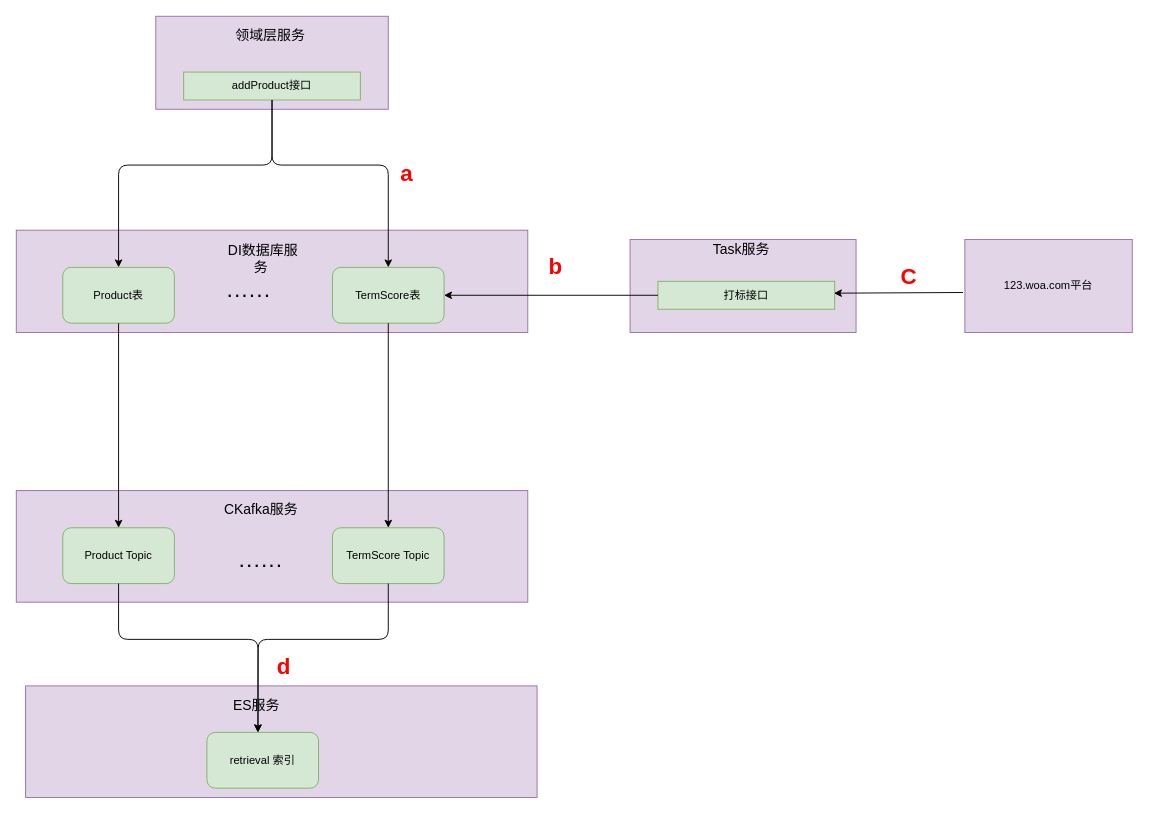
Before: 中央商品库打表数据同步.drawio in weizheng1990s/Diagram, a draw.io diagram. Source tidied: cells renumbered, new cells numbered last; positions are measured from the earlier drawing's top-left corner, leaving out a move shared by most shapes. Both pictures are drawn from the tidied source at 93%, with x=0, y=0 at pixel (16, 16).
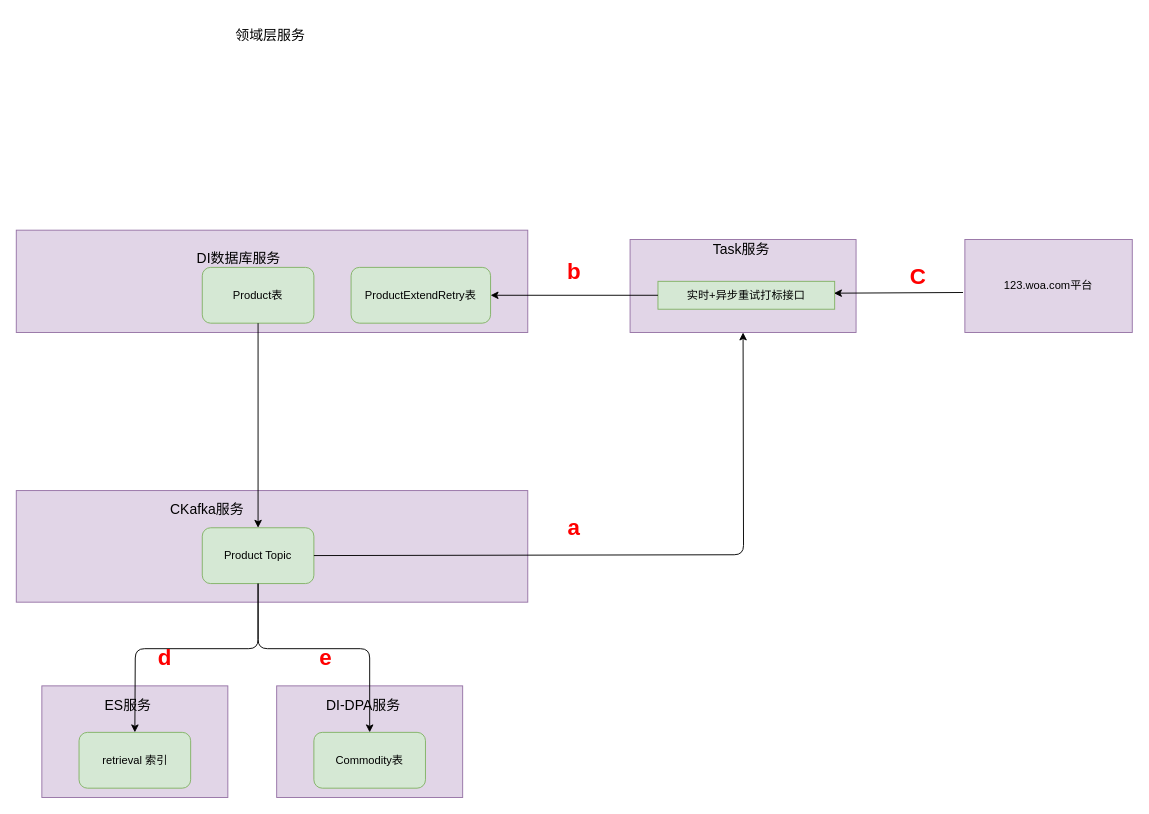
The same diagram, later.

Commit message:
Update 中央商品库打表数据同步.drawio

The change refers to these unchanged cells:
```xml
<mxCell id="11" style="rounded=0;whiteSpace=wrap;html=1;fillColor=#e1d5e7;strokeColor=#9673a6;" parent="1" vertex="1">
  <mxGeometry x="660" y="240" width="243" height="100" as="geometry" />
</mxCell>
```

What changed in the source:
```diff
@@
-    <mxCell id="2" style="rounded=0;whiteSpace=wrap;html=1;fillColor=#e1d5e7;strokeColor=#9673a6;" parent="1" vertex="1">
-      <mxGeometry x="150" width="250" height="100" as="geometry" />
-    </mxCell>
@@
     <mxCell id="4" value="Product表" style="rounded=1;whiteSpace=wrap;html=1;fillColor=#d5e8d4;strokeColor=#82b366;" parent="1" vertex="1">
-      <mxGeometry x="50" y="270" width="120" height="60" as="geometry" />
+      <mxGeometry x="200" y="270" width="120" height="60" as="geometry" />
     </mxCell>
-    <mxCell id="5" value="TermScore表" style="rounded=1;whiteSpace=wrap;html=1;fillColor=#d5e8d4;strokeColor=#82b366;" parent="1" vertex="1">
-      <mxGeometry x="340" y="270" width="120" height="60" as="geometry" />
+    <mxCell id="5" value="ProductExtendRetry表" style="rounded=1;whiteSpace=wrap;html=1;fillColor=#d5e8d4;strokeColor=#82b366;" parent="1" vertex="1">
+      <mxGeometry x="360" y="270" width="150" height="60" as="geometry" />
     </mxCell>
-    <mxCell id="6" value="addProduct接口" style="rounded=0;whiteSpace=wrap;html=1;fillColor=#d5e8d4;strokeColor=#82b366;" parent="1" vertex="1">
-      <mxGeometry x="180" y="60" width="190" height="30" as="geometry" />
-    </mxCell>
-    <mxCell id="7" style="endArrow=classic;html=1;exitX=0.5;exitY=1;exitDx=0;exitDy=0;" parent="1" edge="1" source="6" target="4">
-      <mxGeometry relative="1" as="geometry">
-        <Array as="points">
-          <mxPoint x="275" y="160" />
-          <mxPoint x="110" y="160" />
-        </Array>
-      </mxGeometry>
-    </mxCell>
-    <mxCell id="8" style="endArrow=classic;html=1;entryX=0.5;entryY=0;entryDx=0;entryDy=0;exitX=0.5;exitY=1;exitDx=0;exitDy=0;" parent="1" edge="1" source="6" target="5">
-      <mxGeometry relative="1" as="geometry">
-        <Array as="points">
-          <mxPoint x="275" y="160" />
-          <mxPoint x="400" y="160" />
-        </Array>
-      </mxGeometry>
-    </mxCell>
     <mxCell id="9" value="&lt;font style=&quot;font-size: 24px&quot;&gt;a&lt;/font&gt;" style="text;html=1;strokeColor=none;fillColor=none;align=center;verticalAlign=middle;whiteSpace=wrap;rounded=0;fontStyle=1;fontColor=#FF0000;" parent="1" vertex="1">
-      <mxGeometry x="400" y="160" width="40" height="20" as="geometry" />
+      <mxGeometry x="580" y="540" width="40" height="20" as="geometry" />
     </mxCell>
@@
     <mxCell id="12" value="DI数据库服务&amp;nbsp;" style="text;html=1;strokeColor=none;fillColor=none;align=center;verticalAlign=middle;whiteSpace=wrap;rounded=0;fontSize=15;" parent="1" vertex="1">
-      <mxGeometry x="217.5" y="250" width="95" height="20" as="geometry" />
+      <mxGeometry x="170" y="250" width="142.5" height="20" as="geometry" />
     </mxCell>
@@
-    <mxCell id="14" value="&lt;font style=&quot;font-size: 24px&quot;&gt;······&lt;/font&gt;" style="text;html=1;strokeColor=none;fillColor=none;align=center;verticalAlign=middle;whiteSpace=wrap;rounded=0;" parent="1" vertex="1">
-      <mxGeometry x="200" y="290" width="100" height="20" as="geometry" />
-    </mxCell>
-    <mxCell id="15" value="打标接口" style="rounded=0;whiteSpace=wrap;html=1;fillColor=#d5e8d4;strokeColor=#82b366;" parent="1" vertex="1">
+    <mxCell id="15" value="实时+异步重试打标接口" style="rounded=0;whiteSpace=wrap;html=1;fillColor=#d5e8d4;strokeColor=#82b366;" parent="1" vertex="1">
       <mxGeometry x="690" y="285" width="190" height="30" as="geometry" />
     </mxCell>
@@
     <mxCell id="18" value="&lt;font size=&quot;5&quot;&gt;b&lt;/font&gt;" style="text;html=1;strokeColor=none;fillColor=none;align=center;verticalAlign=middle;whiteSpace=wrap;rounded=0;fontStyle=1;fontColor=#FF0000;" parent="1" vertex="1">
-      <mxGeometry x="560" y="260" width="40" height="20" as="geometry" />
+      <mxGeometry x="580" y="265" width="40" height="20" as="geometry" />
     </mxCell>
@@
     <mxCell id="21" value="&lt;font size=&quot;5&quot;&gt;C&lt;/font&gt;" style="text;html=1;strokeColor=none;fillColor=none;align=center;verticalAlign=middle;whiteSpace=wrap;rounded=0;fontStyle=1;fontColor=#FF0000;" parent="1" vertex="1">
-      <mxGeometry x="940" y="270" width="40" height="20" as="geometry" />
+      <mxGeometry x="950" y="270" width="40" height="20" as="geometry" />
     </mxCell>
     <mxCell id="22" value="CKafka服务&amp;nbsp;" style="text;html=1;strokeColor=none;fillColor=none;align=center;verticalAlign=middle;whiteSpace=wrap;rounded=0;fontSize=15;" parent="1" vertex="1">
-      <mxGeometry x="217.5" y="520" width="95" height="20" as="geometry" />
+      <mxGeometry x="160" y="520" width="95" height="20" as="geometry" />
     </mxCell>
     <mxCell id="23" value="Product Topic" style="rounded=1;whiteSpace=wrap;html=1;fillColor=#d5e8d4;strokeColor=#82b366;" parent="1" vertex="1">
-      <mxGeometry x="50" y="550" width="120" height="60" as="geometry" />
+      <mxGeometry x="200" y="550" width="120" height="60" as="geometry" />
     </mxCell>
-    <mxCell id="24" value="TermScore Topic" style="rounded=1;whiteSpace=wrap;html=1;fillColor=#d5e8d4;strokeColor=#82b366;" parent="1" vertex="1">
-      <mxGeometry x="340" y="550" width="120" height="60" as="geometry" />
-    </mxCell>
-    <mxCell id="25" value="&lt;font style=&quot;font-size: 24px&quot;&gt;······&lt;/font&gt;" style="text;html=1;strokeColor=none;fillColor=none;align=center;verticalAlign=middle;whiteSpace=wrap;rounded=0;" parent="1" vertex="1">
-      <mxGeometry x="212.5" y="580" width="100" height="20" as="geometry" />
-    </mxCell>
@@
-    <mxCell id="27" style="endArrow=classic;html=1;fontSize=15;fontColor=#FF0000;entryX=0.5;entryY=0;entryDx=0;entryDy=0;" parent="1" edge="1" target="24">
-      <mxGeometry relative="1" as="geometry">
-        <mxPoint x="400" y="330" as="sourcePoint" />
-      </mxGeometry>
-    </mxCell>
     <mxCell id="28" style="rounded=0;whiteSpace=wrap;html=1;fillColor=#e1d5e7;strokeColor=#9673a6;" parent="1" vertex="1">
-      <mxGeometry x="10" y="720" width="550" height="120" as="geometry" />
+      <mxGeometry x="27.5" y="720" width="200" height="120" as="geometry" />
     </mxCell>
     <mxCell id="29" value="ES服务&amp;nbsp;" style="text;html=1;strokeColor=none;fillColor=none;align=center;verticalAlign=middle;whiteSpace=wrap;rounded=0;fontSize=15;" parent="1" vertex="1">
-      <mxGeometry x="212.5" y="730" width="95" height="20" as="geometry" />
+      <mxGeometry x="75" y="730" width="95" height="20" as="geometry" />
     </mxCell>
     <mxCell id="30" value="retrieval 索引" style="rounded=1;whiteSpace=wrap;html=1;fillColor=#d5e8d4;strokeColor=#82b366;" parent="1" vertex="1">
-      <mxGeometry x="205" y="770" width="120" height="60" as="geometry" />
+      <mxGeometry x="67.5" y="770" width="120" height="60" as="geometry" />
     </mxCell>
-    <mxCell id="31" style="endArrow=classic;html=1;fontSize=15;fontColor=#FF0000;entryX=0.456;entryY=0;entryDx=0;entryDy=0;entryPerimeter=0;exitX=0.5;exitY=1;exitDx=0;exitDy=0;" parent="1" edge="1" source="23" target="30">
+    <mxCell id="31" style="endArrow=classic;html=1;fontSize=15;fontColor=#FF0000;entryX=0.5;entryY=0;entryDx=0;entryDy=0;exitX=0.5;exitY=1;exitDx=0;exitDy=0;" parent="1" edge="1" source="23" target="30">
       <mxGeometry relative="1" as="geometry">
         <Array as="points">
-          <mxPoint x="110" y="670" />
-          <mxPoint x="260" y="670" />
+          <mxPoint x="260" y="680" />
+          <mxPoint x="128" y="680" />
         </Array>
       </mxGeometry>
     </mxCell>
-    <mxCell id="32" style="endArrow=classic;html=1;fontSize=15;fontColor=#FF0000;exitX=0.5;exitY=1;exitDx=0;exitDy=0;" parent="1" edge="1" source="24">
-      <mxGeometry relative="1" as="geometry">
-        <mxPoint x="260" y="770" as="targetPoint" />
-        <Array as="points">
-          <mxPoint x="400" y="670" />
-          <mxPoint x="260" y="670" />
-        </Array>
-      </mxGeometry>
-    </mxCell>
     <mxCell id="33" value="&lt;font size=&quot;5&quot;&gt;d&lt;/font&gt;" style="text;html=1;strokeColor=none;fillColor=none;align=center;verticalAlign=middle;whiteSpace=wrap;rounded=0;fontStyle=1;fontColor=#FF0000;" parent="1" vertex="1">
-      <mxGeometry x="267.5" y="690" width="40" height="20" as="geometry" />
+      <mxGeometry x="140" y="680" width="40" height="20" as="geometry" />
     </mxCell>
+    <mxCell id="34" style="endArrow=classic;html=1;entryX=0.5;entryY=1;entryDx=0;entryDy=0;" parent="1" edge="1" source="23" target="11">
+      <mxGeometry relative="1" as="geometry">
+        <Array as="points">
+          <mxPoint x="782" y="579" />
+        </Array>
+      </mxGeometry>
+    </mxCell>
+    <mxCell id="35" style="rounded=0;whiteSpace=wrap;html=1;fillColor=#e1d5e7;strokeColor=#9673a6;" parent="1" vertex="1">
+      <mxGeometry x="280" y="720" width="200" height="120" as="geometry" />
+    </mxCell>
+    <mxCell id="36" value="DI-DPA服务&amp;nbsp;" style="text;html=1;strokeColor=none;fillColor=none;align=center;verticalAlign=middle;whiteSpace=wrap;rounded=0;fontSize=15;" parent="1" vertex="1">
+      <mxGeometry x="327.5" y="730" width="95" height="20" as="geometry" />
+    </mxCell>
+    <mxCell id="37" value="Commodity表" style="rounded=1;whiteSpace=wrap;html=1;fillColor=#d5e8d4;strokeColor=#82b366;" parent="1" vertex="1">
+      <mxGeometry x="320" y="770" width="120" height="60" as="geometry" />
+    </mxCell>
+    <mxCell id="38" style="endArrow=classic;html=1;exitX=0.5;exitY=1;exitDx=0;exitDy=0;" parent="1" edge="1" source="23" target="37">
+      <mxGeometry relative="1" as="geometry">
+        <Array as="points">
+          <mxPoint x="260" y="680" />
+          <mxPoint x="380" y="680" />
+        </Array>
+      </mxGeometry>
+    </mxCell>
+    <mxCell id="39" value="&lt;font size=&quot;5&quot;&gt;e&lt;/font&gt;" style="text;html=1;strokeColor=none;fillColor=none;align=center;verticalAlign=middle;whiteSpace=wrap;rounded=0;fontStyle=1;fontColor=#FF0000;" parent="1" vertex="1">
+      <mxGeometry x="312.5" y="680" width="40" height="20" as="geometry" />
+    </mxCell>
```
